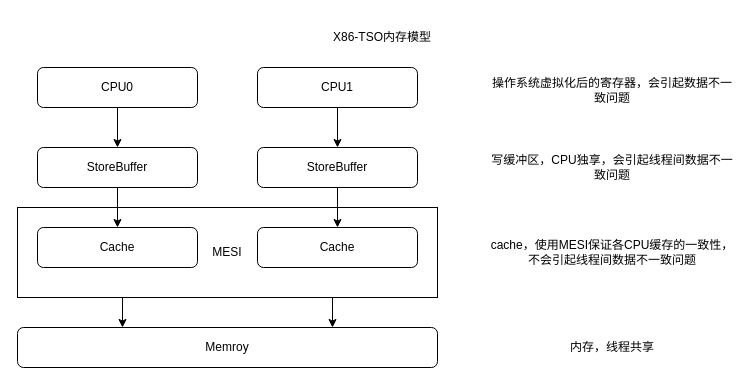
Earlier version of the draw.io diagram assets/x86tso.drawio (bulletjet786/reaper). Source tidied: cells renumbered, new cells numbered last; positions are measured from the earlier drawing's top-left corner, leaving out a move shared by most shapes. Both pictures are drawn from the tidied source at 100%, with x=0, y=0 at pixel (17, 17).
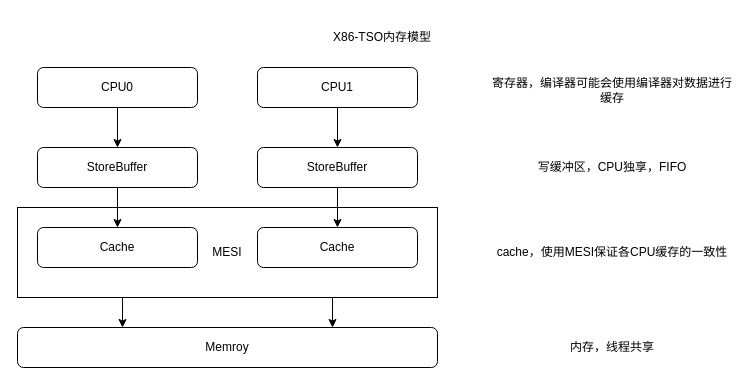
The same diagram, later.

What changed in the source:
```diff
@@
-    <mxCell id="17" value="cache，使用MESI保证各CPU缓存的一致性，不会引起线程间数据不一致问题" style="text;html=1;strokeColor=none;fillColor=none;align=center;verticalAlign=middle;whiteSpace=wrap;rounded=0;" parent="1" vertex="1">
+    <mxCell id="17" value="cache，使用MESI保证各CPU缓存的一致性" style="text;html=1;strokeColor=none;fillColor=none;align=center;verticalAlign=middle;whiteSpace=wrap;rounded=0;" parent="1" vertex="1">
       <mxGeometry x="470" y="210" width="250" height="50" as="geometry" />
     </mxCell>
-    <mxCell id="18" value="写缓冲区，CPU独享，会引起线程间数据不一致问题" style="text;html=1;strokeColor=none;fillColor=none;align=center;verticalAlign=middle;whiteSpace=wrap;rounded=0;" parent="1" vertex="1">
+    <mxCell id="18" value="写缓冲区，CPU独享，FIFO" style="text;html=1;strokeColor=none;fillColor=none;align=center;verticalAlign=middle;whiteSpace=wrap;rounded=0;" parent="1" vertex="1">
       <mxGeometry x="470" y="125" width="250" height="50" as="geometry" />
     </mxCell>
@@
-    <mxCell id="20" value="操作系统虚拟化后的寄存器，会引起数据不一致问题" style="text;html=1;strokeColor=none;fillColor=none;align=center;verticalAlign=middle;whiteSpace=wrap;rounded=0;" parent="1" vertex="1">
+    <mxCell id="20" value="寄存器，编译器可能会使用编译器对数据进行缓存" style="text;html=1;strokeColor=none;fillColor=none;align=center;verticalAlign=middle;whiteSpace=wrap;rounded=0;" parent="1" vertex="1">
       <mxGeometry x="470" y="50" width="250" height="45" as="geometry" />
     </mxCell>
```
